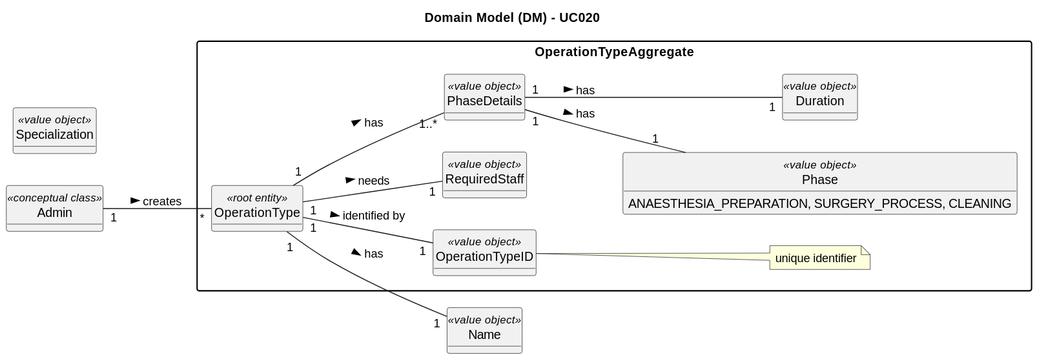
The PlantUML diagram docs/SprintA/UseCases/UC020/02.analysis/svg/uc020-domain-model.svg in 1221124/sem5pi-24-25-g031, before a commit.
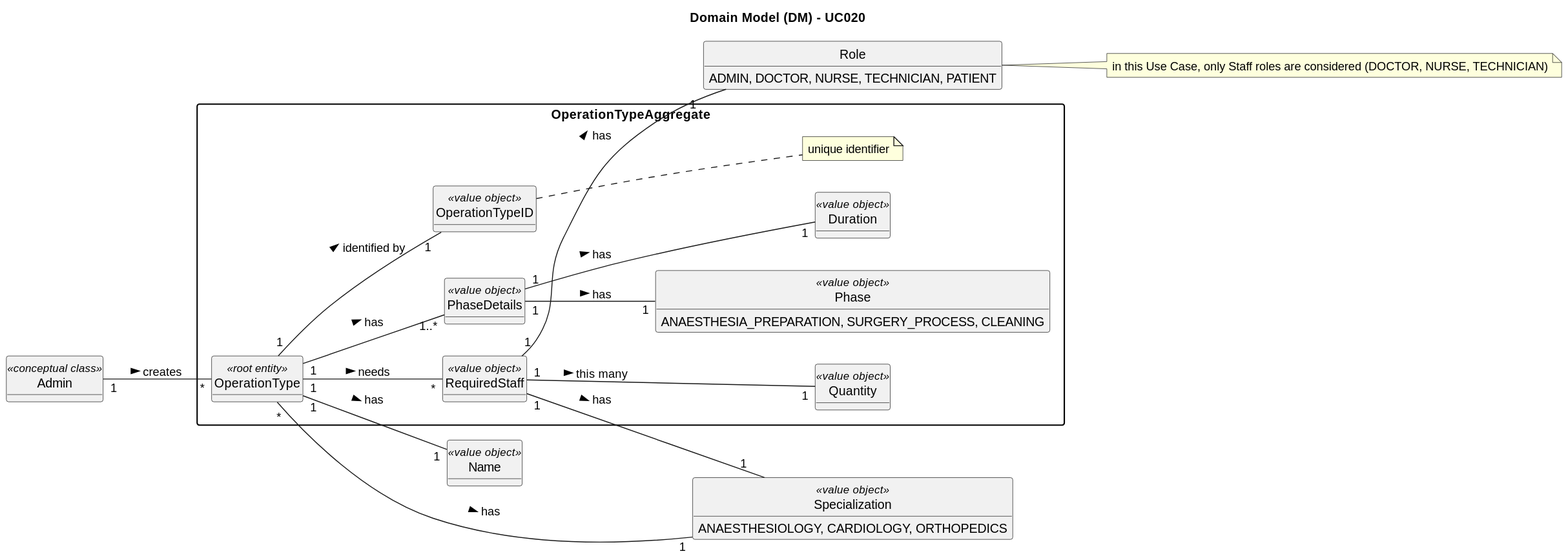
After the commit.

Commit message:
#22 UC020: Analysis - Domain Model update

Diff of the diagram source:
```diff
@@ -22,18 +22,29 @@
         ANAESTHESIA_PREPARATION, SURGERY_PROCESS, CLEANING
     }
     class Duration <<value object>>
+    class Quantity <<value object>>
 }
 
 class Admin <<conceptual class>>
 class Name <<value object>>
-class Specialization <<value object>>
+enum Specialization <<value object>> {
+    ANAESTHESIOLOGY, CARDIOLOGY, ORTHOPEDICS
+}
+enum Role {
+    ADMIN, DOCTOR, NURSE, TECHNICIAN, PATIENT
+}
+note right of Role: in this Use Case, only Staff roles are considered (DOCTOR, NURSE, TECHNICIAN)
 
 Admin "1" -- "*" OperationType : creates >
 
 OperationType "1" -- "1" OperationTypeID : > identified by
 OperationType "1" -- "1" Name : > has
-OperationType "1" -- "1" RequiredStaff : > needs
+OperationType "*" -- "1" Specialization : > has
+OperationType "1" -- "*" RequiredStaff : > needs
 OperationType "1" -- "1..*" PhaseDetails : > has
+RequiredStaff "1" -- "1" Role : > has
+RequiredStaff "1" -- "1" Specialization : > has
+RequiredStaff "1" -- "1" Quantity : > this many
 PhaseDetails "1" -- "1" Phase : > has
 PhaseDetails "1" -- "1" Duration : > has
 @enduml
```
